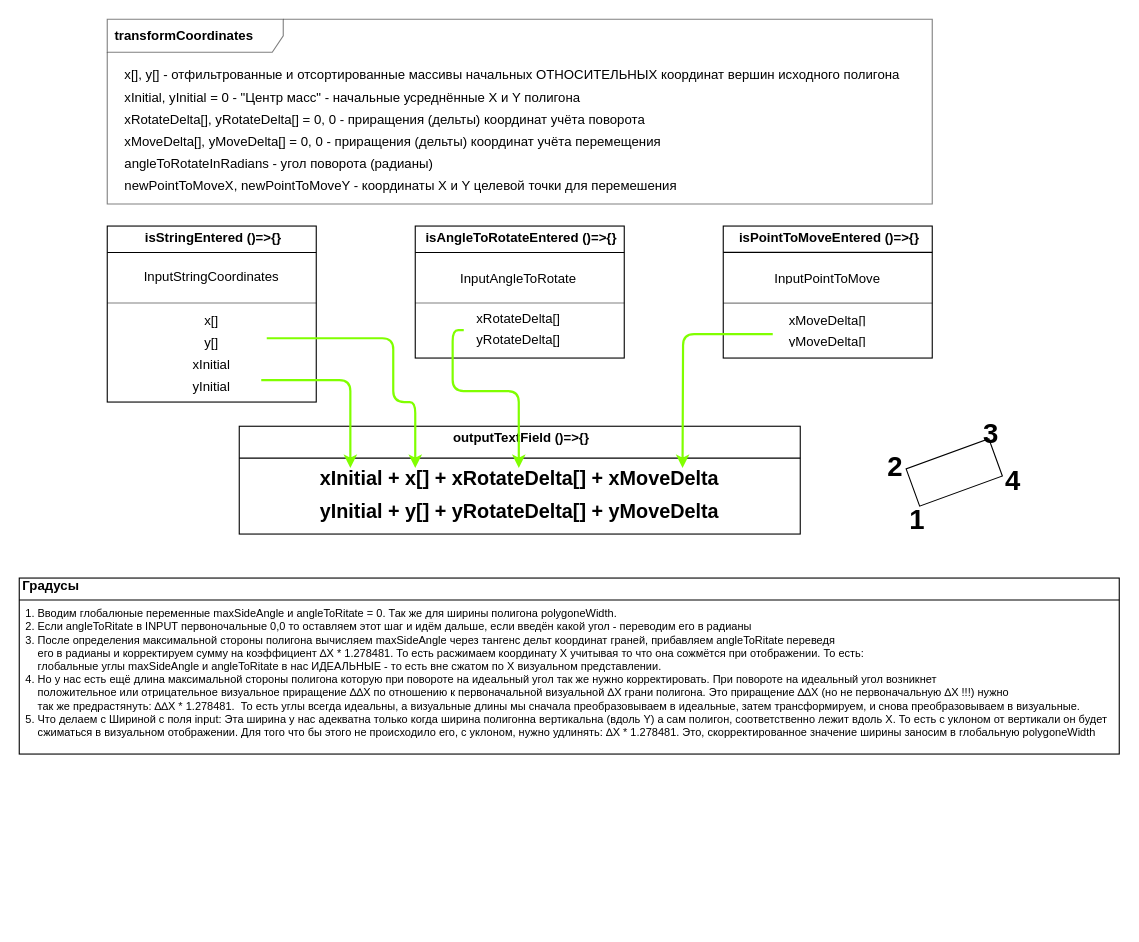
Earlier version of the draw.io diagram .drawio (Dzhah/xyReformer). Source tidied: cells renumbered, new cells numbered last; positions are measured from the earlier drawing's top-left corner, leaving out a move shared by most shapes. Both pictures are drawn from the tidied source at 110%, with x=0, y=0 at pixel (19, 19).
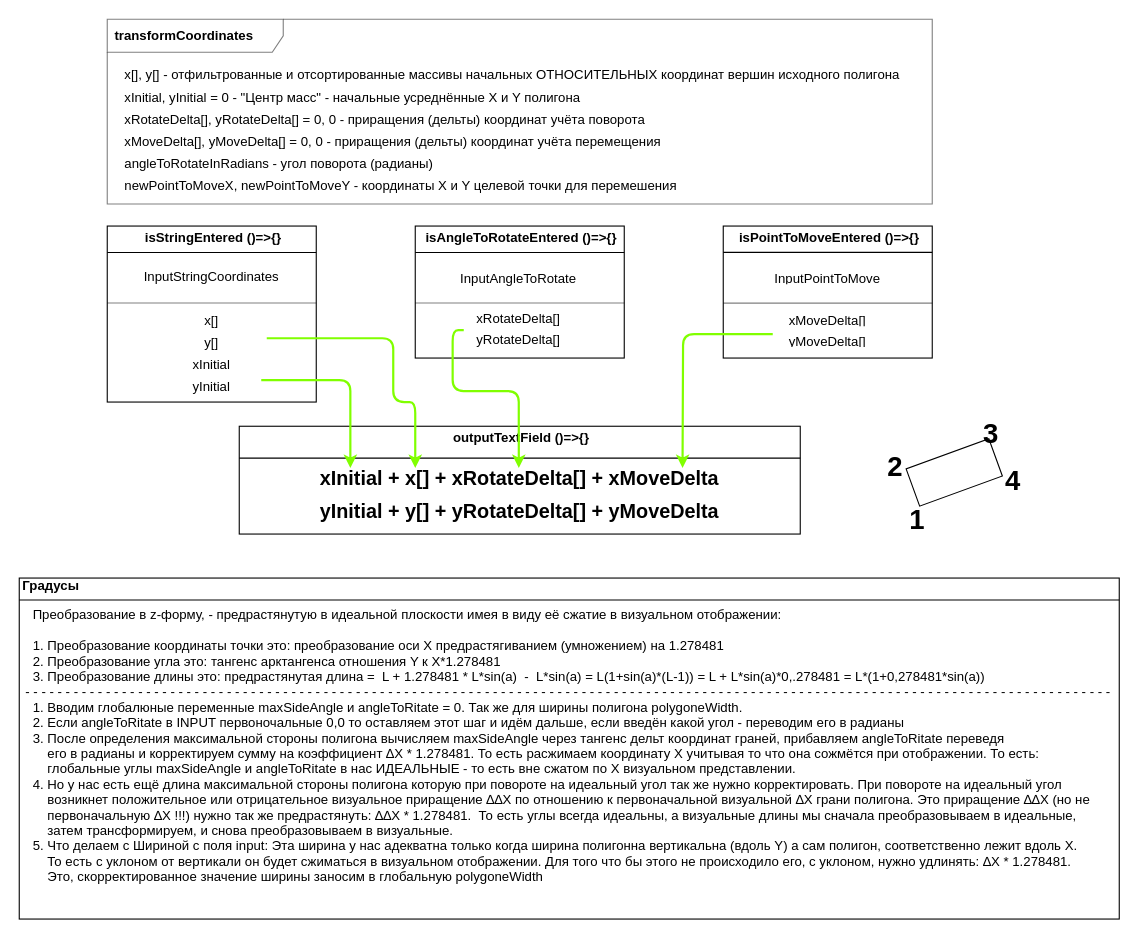
Above is the later version.

The edit, as a diff of the source:
```diff
@@
     <mxCell id="46" value="&lt;b&gt;&amp;nbsp;Градусы&lt;span style=&quot;white-space: pre&quot;&gt;&#9;&lt;/span&gt;&lt;span style=&quot;white-space: pre&quot;&gt;&#9;&lt;/span&gt;&lt;span style=&quot;white-space: pre&quot;&gt;&#9;&lt;/span&gt;&lt;/b&gt;" style="verticalAlign=top;align=left;overflow=fill;fontSize=12;fontFamily=Helvetica;html=1;rounded=0;" parent="1" vertex="1">
-      <mxGeometry y="508" width="1000" height="160" as="geometry" />
+      <mxGeometry y="508" width="1000" height="310" as="geometry" />
     </mxCell>
@@
-    <mxCell id="48" value="1. Вводим глобалюные переменные maxSideAngle и angleToRitate = 0. Так же для ширины полигона polygoneWidth.&#10;2. Если angleToRitate в INPUT первоночальные 0,0 то оставляем этот шаг и идём дальше, если введён какой угол - переводим его в радианы&#10;3. После определения максимальной стороны полигона вычисляем maxSideAngle через тангенс дельт координат граней, прибавляем angleToRitate переведя &#10;    его в радианы и корректируем сумму на коэффициент ∆X * 1.278481. То есть расжимаем координату X учитывая то что она сожмётся при отображении. То есть:&#10;    глобальные углы maxSideAngle и angleToRitate в нас ИДЕАЛЬНЫЕ - то есть вне сжатом по Х визуальном представлении.&#10;4. Но у нас есть ещё длина максимальной стороны полигона которую при повороте на идеальный угол так же нужно корректировать. При повороте на идеальный угол возникнет &#10;    положительное или отрицательное визуальное приращение ∆∆X по отношению к первоначальной визуальной ∆X грани полигона. Это приращение ∆∆X (но не первоначальную ∆X !!!) нужно &#10;    так же предрастянуть: ∆∆X * 1.278481.  То есть углы всегда идеальны, а визуальные длины мы сначала преобразовываем в идеальные, затем трансформируем, и снова преобразовываем в визуальные.&#10;5. Что делаем с Шириной с поля input: Эта ширина у нас адекватна только когда ширина полигонна вертикальна (вдоль Y) а сам полигон, соответственно лежит вдоль X. То есть с уклоном от вертикали он будет&#10;    сжиматься в визуальном отображении. Для того что бы этого не происходило его, с уклоном, нужно удлинять: ∆X * 1.278481. Это, скорректированное значение ширины заносим в глобальную polygoneWidth&#10; &#10;" style="text;strokeColor=none;fillColor=none;align=left;verticalAlign=top;spacingLeft=4;spacingRight=4;overflow=hidden;fontSize=10;horizontal=1;" parent="1" vertex="1">
-      <mxGeometry y="528" width="1000" height="140" as="geometry" />
+    <mxCell id="48" value="  Преобразование в z-форму, - предрастянутую в идеальной плоскости имея в виду её сжатие в визуальном отображении:&#10;&#10;  1. Преобразование координаты точки это: преобразование оси X предрастягиванием (умножением) на 1.278481&#10;  2. Преобразование угла это: тангенс арктангенса отношения Y к X*1.278481 &#10;  3. Преобразование длины это: предрастянутая длина =  L + 1.278481 * L*sin(a)  -  L*sin(a) = L(1+sin(a)*(L-1)) = L + L*sin(a)*0,.278481 = L*(1+0,278481*sin(a))&#10;- - - - - - - - - - - - - - - - - - - - - - - - - - - - - - - - - - - - - - - - - - - - - - - - - - - - - - - - - - - - - - - - - - - - - - - - - - - - - - - - - - - - - - - - - - - - - - - - - - - - - - - - - - - - - - - - - - - - - - - - - - - - - - - - - - - - - - - &#10;  1. Вводим глобалюные переменные maxSideAngle и angleToRitate = 0. Так же для ширины полигона polygoneWidth.&#10;  2. Если angleToRitate в INPUT первоночальные 0,0 то оставляем этот шаг и идём дальше, если введён какой угол - переводим его в радианы&#10;  3. После определения максимальной стороны полигона вычисляем maxSideAngle через тангенс дельт координат граней, прибавляем angleToRitate переведя &#10;      его в радианы и корректируем сумму на коэффициент ∆X * 1.278481. То есть расжимаем координату X учитывая то что она сожмётся при отображении. То есть:&#10;      глобальные углы maxSideAngle и angleToRitate в нас ИДЕАЛЬНЫЕ - то есть вне сжатом по Х визуальном представлении.&#10;  4. Но у нас есть ещё длина максимальной стороны полигона которую при повороте на идеальный угол так же нужно корректировать. При повороте на идеальный угол&#10;      возникнет положительное или отрицательное визуальное приращение ∆∆X по отношению к первоначальной визуальной ∆X грани полигона. Это приращение ∆∆X (но не &#10;      первоначальную ∆X !!!) нужно так же предрастянуть: ∆∆X * 1.278481.  То есть углы всегда идеальны, а визуальные длины мы сначала преобразовываем в идеальные, &#10;      затем трансформируем, и снова преобразовываем в визуальные.&#10;  5. Что делаем с Шириной с поля input: Эта ширина у нас адекватна только когда ширина полигонна вертикальна (вдоль Y) а сам полигон, соответственно лежит вдоль X. &#10;      То есть с уклоном от вертикали он будет сжиматься в визуальном отображении. Для того что бы этого не происходило его, с уклоном, нужно удлинять: ∆X * 1.278481. &#10;      Это, скорректированное значение ширины заносим в глобальную polygoneWidth&#10; &#10;" style="text;strokeColor=none;fillColor=none;align=left;verticalAlign=top;spacingLeft=4;spacingRight=4;overflow=hidden;fontSize=12;horizontal=1;" parent="1" vertex="1">
+      <mxGeometry y="528" width="1000" height="290" as="geometry" />
     </mxCell>
```
